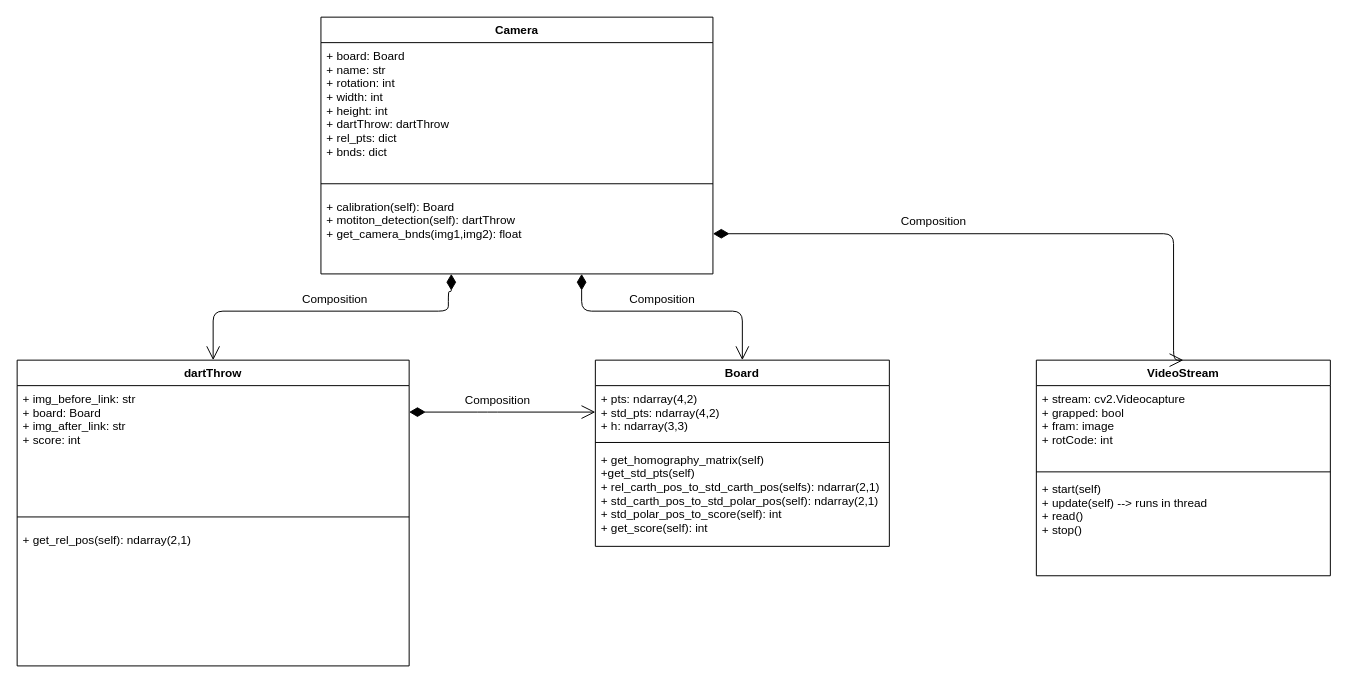
Before: page "Class diagram UML" (2 of 2) of dart_project.drawio in j0j0i996/dart-vader-detection, a draw.io diagram. Source tidied: cells renumbered, new cells numbered last; positions are measured from the earlier drawing's top-left corner, leaving out a move shared by most shapes. Both pictures are drawn from the tidied source at 98%, with x=0, y=0 at pixel (17, 17).
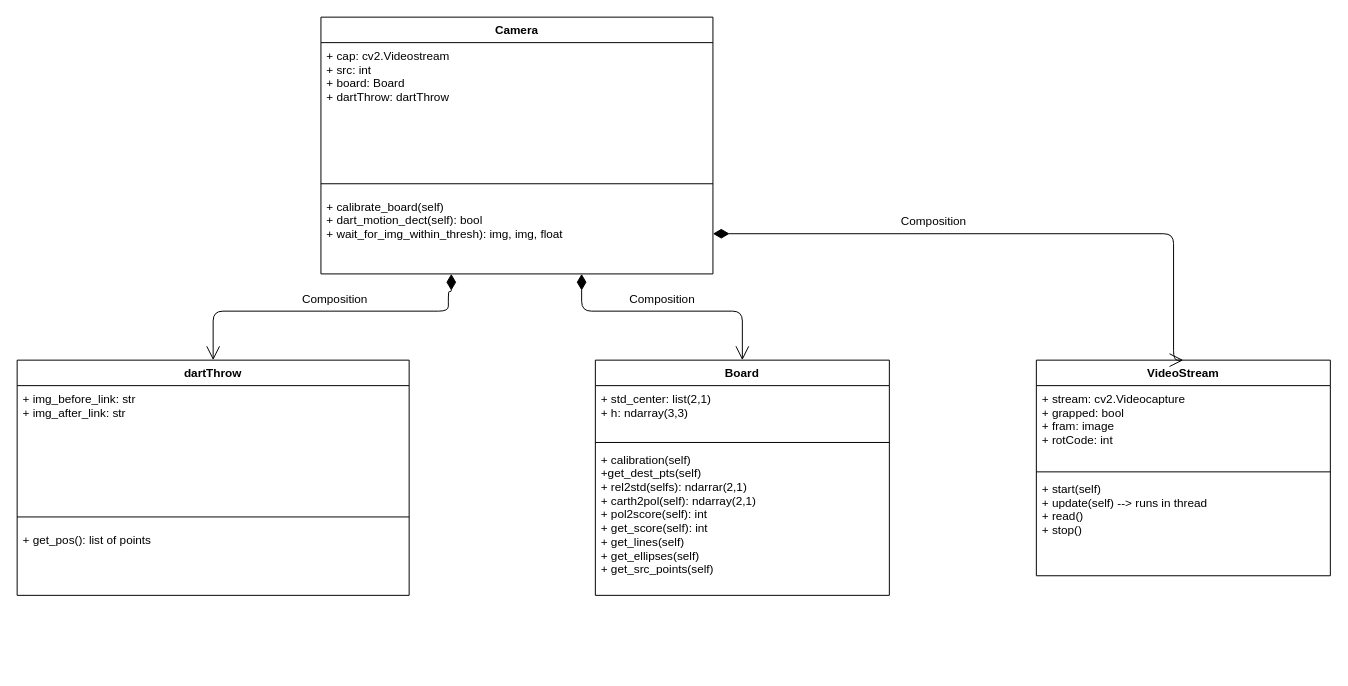
Above is the later version.

Unchanged cells that the change refers to:
```xml
<mxCell id="6" value="Camera" style="swimlane;fontStyle=1;align=center;verticalAlign=top;horizontal=1;startSize=26;" parent="1" vertex="1">
  <mxGeometry x="310" width="400" height="262" as="geometry" />
</mxCell>
```

What changed in the source:
```diff
@@
     <mxCell id="2" value="dartThrow" style="swimlane;fontStyle=1;align=center;verticalAlign=top;horizontal=1;startSize=26;" parent="1" vertex="1">
-      <mxGeometry y="350" width="400" height="312" as="geometry" />
+      <mxGeometry y="350" width="400" height="240" as="geometry" />
     </mxCell>
-    <mxCell id="3" value="+ img_before_link: str&#10;+ board: Board&#10;+ img_after_link: str&#10;+ score: int" style="text;strokeColor=none;fillColor=none;align=left;verticalAlign=top;spacingLeft=4;spacingRight=4;overflow=hidden;" parent="2" vertex="1">
+    <mxCell id="3" value="+ img_before_link: str&#10;+ img_after_link: str" style="text;strokeColor=none;fillColor=none;align=left;verticalAlign=top;spacingLeft=4;spacingRight=4;overflow=hidden;" parent="2" vertex="1">
       <mxGeometry y="26" width="400" height="124" as="geometry" />
     </mxCell>
@@
-    <mxCell id="5" value="+ get_rel_pos(self): ndarray(2,1)" style="text;strokeColor=none;fillColor=none;align=left;verticalAlign=top;spacingLeft=4;spacingRight=4;overflow=hidden;" parent="2" vertex="1">
-      <mxGeometry y="170" width="400" height="142" as="geometry" />
+    <mxCell id="5" value="+ get_pos(): list of points" style="text;strokeColor=none;fillColor=none;align=left;verticalAlign=top;spacingLeft=4;spacingRight=4;overflow=hidden;" parent="2" vertex="1">
+      <mxGeometry y="170" width="400" height="70" as="geometry" />
     </mxCell>
@@
-    <mxCell id="7" value="+ board: Board&#10;+ name: str&#10;+ rotation: int&#10;+ width: int&#10;+ height: int&#10;+ dartThrow: dartThrow&#10;+ rel_pts: dict&#10;+ bnds: dict" style="text;strokeColor=none;fillColor=none;align=left;verticalAlign=top;spacingLeft=4;spacingRight=4;overflow=hidden;" parent="6" vertex="1">
+    <mxCell id="7" value="+ cap: cv2.Videostream&#10;+ src: int&#10;+ board: Board&#10;+ dartThrow: dartThrow" style="text;strokeColor=none;fillColor=none;align=left;verticalAlign=top;spacingLeft=4;spacingRight=4;overflow=hidden;" parent="6" vertex="1">
       <mxGeometry y="26" width="400" height="134" as="geometry" />
     </mxCell>
@@
-    <mxCell id="9" value="+ calibration(self): Board&#10;+ motiton_detection(self): dartThrow&#10;+ get_camera_bnds(img1,img2): float" style="text;strokeColor=none;fillColor=none;align=left;verticalAlign=top;spacingLeft=4;spacingRight=4;overflow=hidden;points=[[0,0.5],[1,0.5]];portConstraint=eastwest;" parent="6" vertex="1">
+    <mxCell id="9" value="+ calibrate_board(self)&#10;+ dart_motion_dect(self): bool&#10;+ wait_for_img_within_thresh): img, img, float" style="text;strokeColor=none;fillColor=none;align=left;verticalAlign=top;spacingLeft=4;spacingRight=4;overflow=hidden;points=[[0,0.5],[1,0.5]];portConstraint=eastwest;" parent="6" vertex="1">
       <mxGeometry y="180" width="400" height="82" as="geometry" />
     </mxCell>
     <mxCell id="10" value="Board" style="swimlane;fontStyle=1;align=center;verticalAlign=top;horizontal=1;startSize=26;" parent="1" vertex="1">
-      <mxGeometry x="590" y="350" width="300" height="190" as="geometry" />
+      <mxGeometry x="590" y="350" width="300" height="240" as="geometry" />
     </mxCell>
-    <mxCell id="11" value="+ pts: ndarray(4,2)&#10;+ std_pts: ndarray(4,2)&#10;+ h: ndarray(3,3)" style="text;strokeColor=none;fillColor=none;align=left;verticalAlign=top;spacingLeft=4;spacingRight=4;overflow=hidden;points=[[0,0.5],[1,0.5]];portConstraint=eastwest;" parent="10" vertex="1">
+    <mxCell id="11" value="+ std_center: list(2,1)&#10;+ h: ndarray(3,3)" style="text;strokeColor=none;fillColor=none;align=left;verticalAlign=top;spacingLeft=4;spacingRight=4;overflow=hidden;points=[[0,0.5],[1,0.5]];portConstraint=eastwest;" parent="10" vertex="1">
       <mxGeometry y="26" width="300" height="54" as="geometry" />
     </mxCell>
@@
-    <mxCell id="13" value="+ get_homography_matrix(self)&#10;+get_std_pts(self)&#10;+ rel_carth_pos_to_std_carth_pos(selfs): ndarrar(2,1)&#10;+ std_carth_pos_to_std_polar_pos(self): ndarray(2,1)&#10;+ std_polar_pos_to_score(self): int&#10;+ get_score(self): int" style="text;strokeColor=none;fillColor=none;align=left;verticalAlign=top;spacingLeft=4;spacingRight=4;overflow=hidden;" parent="10" vertex="1">
-      <mxGeometry y="88" width="300" height="102" as="geometry" />
+    <mxCell id="13" value="+ calibration(self)&#10;+get_dest_pts(self)&#10;+ rel2std(selfs): ndarrar(2,1)&#10;+ carth2pol(self): ndarray(2,1)&#10;+ pol2score(self): int&#10;+ get_score(self): int&#10;+ get_lines(self)&#10;+ get_ellipses(self)&#10;+ get_src_points(self)" style="text;strokeColor=none;fillColor=none;align=left;verticalAlign=top;spacingLeft=4;spacingRight=4;overflow=hidden;" parent="10" vertex="1">
+      <mxGeometry y="88" width="300" height="152" as="geometry" />
     </mxCell>
@@
-    <mxCell id="16" value="&lt;font style=&quot;font-size: 12px ; line-height: 100%&quot;&gt;Composition&lt;/font&gt;" style="endArrow=open;html=1;endSize=12;startArrow=diamondThin;startSize=14;startFill=1;edgeStyle=orthogonalEdgeStyle;align=center;verticalAlign=bottom;fontSize=25;" parent="1" edge="1" target="11">
-      <mxGeometry x="-0.05" relative="1" as="geometry">
-        <mxPoint x="400" y="403" as="sourcePoint" />
-        <Array as="points">
-          <mxPoint x="480" y="403" />
-          <mxPoint x="480" y="403" />
-        </Array>
-      </mxGeometry>
-    </mxCell>
```
